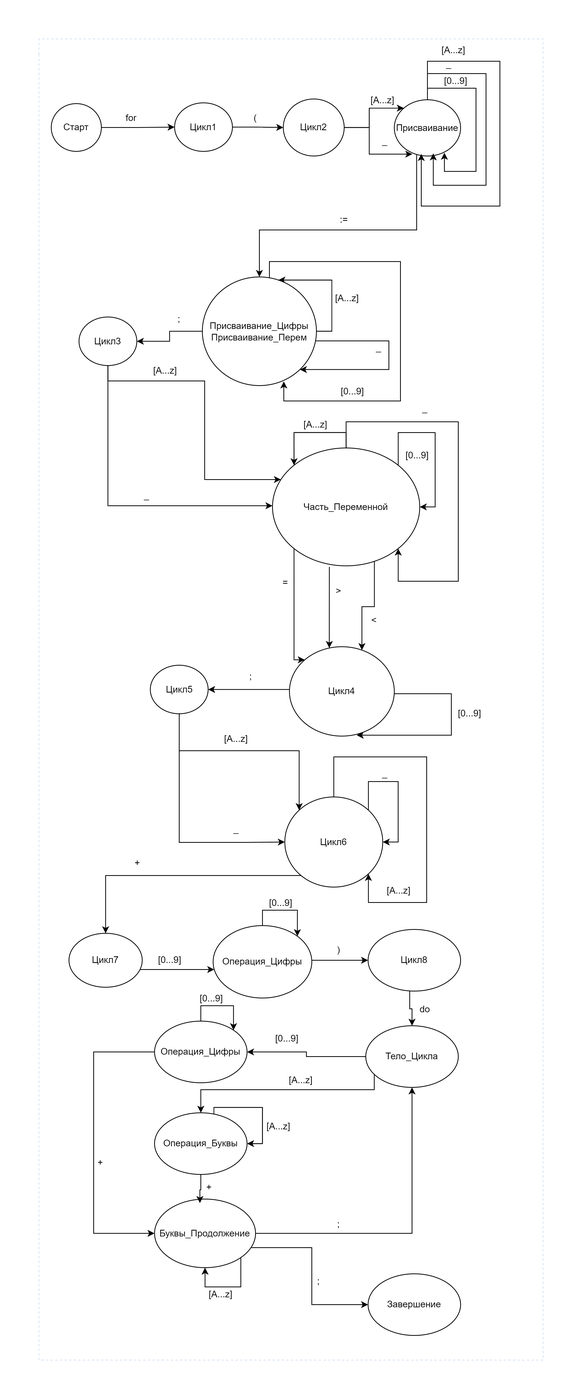
Earlier version of the draw.io export Граф.png (Darber32/Calculator). Source tidied: cells renumbered, new cells last; positions are measured from the earlier drawing's top-left corner, leaving out a move shared by most shapes.
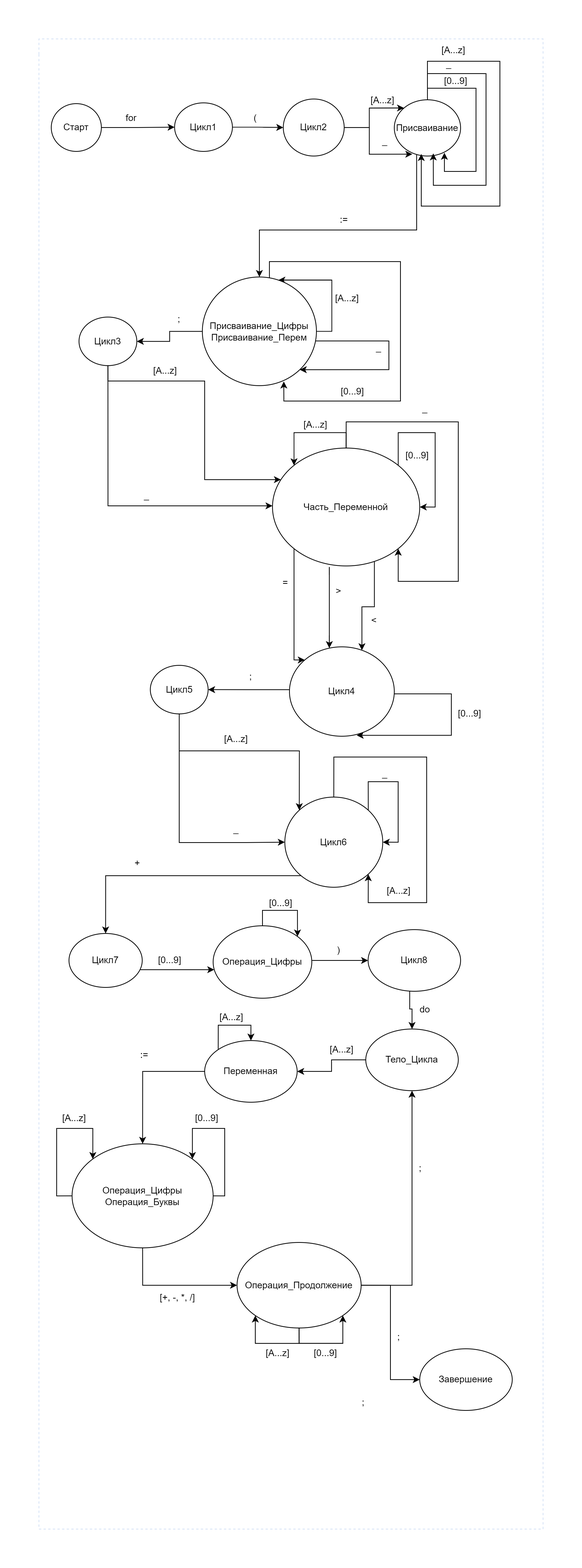
After the commit.

The edit, as a diff of the source:
```diff
@@ -3,7 +3,7 @@
     <mxCell id="0" />
     <mxCell id="1" parent="0" />
     <mxCell id="2" style="swimlane;html=1;startSize=20;horizontal=1;containerType=tree;labelBackgroundColor=none;strokeColor=#D4E1F5;strokeWidth=1;fillColor=none;fontFamily=Comic Sans MS;fontSize=9;swimlaneLine=0;dashed=1;" parent="1" vertex="1">
-      <mxGeometry width="654" height="1715" as="geometry" />
+      <mxGeometry width="654" height="1934" as="geometry" />
     </mxCell>
     <mxCell id="3" style="edgeStyle=orthogonalEdgeStyle;rounded=0;jettySize=auto;html=1;" parent="2" edge="1" source="4" target="6">
       <mxGeometry relative="1" as="geometry" />
@@ -355,108 +355,103 @@
     <mxCell id="76" value=")" style="text;html=1;align=center;verticalAlign=middle;whiteSpace=wrap;rounded=0;" parent="2" vertex="1">
       <mxGeometry x="359" y="1168" width="60" height="30" as="geometry" />
     </mxCell>
-    <mxCell id="77" style="edgeStyle=orthogonalEdgeStyle;rounded=0;jettySize=auto;html=1;entryX=1;entryY=0.5;entryDx=0;entryDy=0;" parent="2" edge="1" source="79" target="83">
-      <mxGeometry relative="1" as="geometry" />
-    </mxCell>
-    <mxCell id="78" style="edgeStyle=orthogonalEdgeStyle;rounded=0;jettySize=auto;html=1;" parent="2" edge="1" source="79" target="81">
-      <mxGeometry relative="1" as="geometry">
-        <Array as="points">
-          <mxPoint x="435" y="1364" />
-          <mxPoint x="210" y="1364" />
-        </Array>
-      </mxGeometry>
-    </mxCell>
+    <mxCell id="101" style="edgeStyle=orthogonalEdgeStyle;rounded=0;jettySize=auto;html=1;exitX=0;exitY=0.5;exitDx=0;exitDy=0;entryX=1;entryY=0.5;entryDx=0;entryDy=0;" parent="2" edge="1" source="79" target="104">
+      <mxGeometry relative="1" as="geometry" />
+    </mxCell>
     <mxCell id="79" value="Тело_Цикла" style="ellipse;whiteSpace=wrap;html=1;" parent="2" vertex="1">
-      <mxGeometry x="424" y="1281" width="120" height="80" as="geometry" />
+      <mxGeometry x="424" y="1285" width="120" height="80" as="geometry" />
     </mxCell>
     <mxCell id="80" value="do" style="text;html=1;align=center;verticalAlign=middle;whiteSpace=wrap;rounded=0;" parent="2" vertex="1">
       <mxGeometry x="471" y="1245" width="60" height="30" as="geometry" />
     </mxCell>
-    <mxCell id="81" value="Операция_Буквы" style="ellipse;whiteSpace=wrap;html=1;" parent="2" vertex="1">
-      <mxGeometry x="150" y="1394" width="120" height="80" as="geometry" />
-    </mxCell>
-    <mxCell id="82" style="edgeStyle=orthogonalEdgeStyle;rounded=0;jettySize=auto;html=1;entryX=0;entryY=0.5;entryDx=0;entryDy=0;exitX=0;exitY=0.5;exitDx=0;exitDy=0;" parent="2" edge="1" source="83" target="89">
-      <mxGeometry relative="1" as="geometry">
-        <Array as="points">
-          <mxPoint x="71" y="1315" />
-          <mxPoint x="71" y="1551" />
-        </Array>
-      </mxGeometry>
-    </mxCell>
-    <mxCell id="83" value="Операция_Цифры" style="ellipse;whiteSpace=wrap;html=1;" parent="2" vertex="1">
-      <mxGeometry x="150" y="1275" width="120" height="80" as="geometry" />
-    </mxCell>
-    <mxCell id="84" style="edgeStyle=orthogonalEdgeStyle;rounded=0;orthogonalLoop=1;jettySize=auto;html=1;entryX=1;entryY=0;entryDx=0;entryDy=0;" parent="2" edge="1" source="83" target="83">
-      <mxGeometry relative="1" as="geometry">
-        <Array as="points">
-          <mxPoint x="210" y="1255" />
-          <mxPoint x="252" y="1255" />
-        </Array>
-      </mxGeometry>
-    </mxCell>
-    <mxCell id="85" value="[0...9]" style="text;html=1;align=center;verticalAlign=middle;whiteSpace=wrap;rounded=0;" parent="2" vertex="1">
-      <mxGeometry x="292" y="1283" width="60" height="30" as="geometry" />
-    </mxCell>
-    <mxCell id="86" value="[0...9]" style="text;html=1;align=center;verticalAlign=middle;whiteSpace=wrap;rounded=0;" parent="2" vertex="1">
-      <mxGeometry x="194" y="1231" width="60" height="30" as="geometry" />
-    </mxCell>
-    <mxCell id="87" style="edgeStyle=orthogonalEdgeStyle;rounded=0;jettySize=auto;html=1;entryX=0;entryY=0.5;entryDx=0;entryDy=0;" parent="2" edge="1" source="89" target="98">
-      <mxGeometry relative="1" as="geometry">
-        <Array as="points">
-          <mxPoint x="354" y="1569" />
-          <mxPoint x="354" y="1643" />
-        </Array>
-      </mxGeometry>
-    </mxCell>
-    <mxCell id="88" style="edgeStyle=orthogonalEdgeStyle;rounded=0;jettySize=auto;html=1;" parent="2" edge="1" source="89" target="79">
-      <mxGeometry relative="1" as="geometry" />
-    </mxCell>
-    <mxCell id="89" value="Буквы_Продолжение" style="ellipse;whiteSpace=wrap;html=1;" parent="2" vertex="1">
-      <mxGeometry x="150" y="1506" width="131" height="89" as="geometry" />
-    </mxCell>
-    <mxCell id="90" style="edgeStyle=orthogonalEdgeStyle;rounded=0;jettySize=auto;html=1;entryX=0.449;entryY=0.058;entryDx=0;entryDy=0;entryPerimeter=0;" parent="2" edge="1" source="81" target="89">
-      <mxGeometry relative="1" as="geometry" />
-    </mxCell>
-    <mxCell id="91" style="edgeStyle=orthogonalEdgeStyle;rounded=0;orthogonalLoop=1;jettySize=auto;html=1;entryX=1;entryY=0.5;entryDx=0;entryDy=0;" parent="2" edge="1" source="81" target="81">
-      <mxGeometry relative="1" as="geometry">
-        <Array as="points">
-          <mxPoint x="227" y="1387" />
-          <mxPoint x="290" y="1387" />
-          <mxPoint x="290" y="1434" />
-        </Array>
-      </mxGeometry>
-    </mxCell>
-    <mxCell id="92" value="[A...z]" style="text;html=1;align=center;verticalAlign=middle;whiteSpace=wrap;rounded=0;" parent="2" vertex="1">
-      <mxGeometry x="281" y="1397" width="60" height="30" as="geometry" />
-    </mxCell>
-    <mxCell id="93" value="[A...z]" style="text;html=1;align=center;verticalAlign=middle;whiteSpace=wrap;rounded=0;" parent="2" vertex="1">
-      <mxGeometry x="310" y="1337" width="60" height="30" as="geometry" />
-    </mxCell>
-    <mxCell id="94" value="+" style="text;html=1;align=center;verticalAlign=middle;whiteSpace=wrap;rounded=0;" parent="2" vertex="1">
-      <mxGeometry x="191" y="1476" width="60" height="30" as="geometry" />
-    </mxCell>
-    <mxCell id="95" value="+" style="text;html=1;align=center;verticalAlign=middle;whiteSpace=wrap;rounded=0;" parent="2" vertex="1">
-      <mxGeometry x="50" y="1444" width="60" height="30" as="geometry" />
-    </mxCell>
-    <mxCell id="96" value="[A...z]" style="text;html=1;align=center;verticalAlign=middle;whiteSpace=wrap;rounded=0;" parent="2" vertex="1">
-      <mxGeometry x="206" y="1615" width="60" height="30" as="geometry" />
-    </mxCell>
-    <mxCell id="97" style="edgeStyle=orthogonalEdgeStyle;rounded=0;orthogonalLoop=1;jettySize=auto;html=1;entryX=0.5;entryY=1;entryDx=0;entryDy=0;exitX=1;exitY=1;exitDx=0;exitDy=0;" parent="2" edge="1" source="89" target="89">
-      <mxGeometry relative="1" as="geometry">
-        <Array as="points">
-          <mxPoint x="262" y="1620" />
-          <mxPoint x="216" y="1620" />
-        </Array>
-      </mxGeometry>
-    </mxCell>
+    <mxCell id="102" value=";" style="text;html=1;align=center;verticalAlign=middle;whiteSpace=wrap;rounded=0;" parent="2" vertex="1">
+      <mxGeometry x="391" y="1755" width="60" height="30" as="geometry" />
+    </mxCell>
+    <mxCell id="103" style="edgeStyle=orthogonalEdgeStyle;rounded=0;jettySize=auto;html=1;exitX=0;exitY=0.5;exitDx=0;exitDy=0;" parent="2" edge="1" source="104" target="109">
+      <mxGeometry relative="1" as="geometry" />
+    </mxCell>
+    <mxCell id="104" value="Переменная" style="ellipse;whiteSpace=wrap;html=1;" parent="2" vertex="1">
+      <mxGeometry x="215" y="1300" width="120" height="80" as="geometry" />
+    </mxCell>
+    <mxCell id="105" value="[A...z]" style="text;html=1;align=center;verticalAlign=middle;whiteSpace=wrap;rounded=0;" parent="2" vertex="1">
+      <mxGeometry x="363" y="1297" width="60" height="30" as="geometry" />
+    </mxCell>
+    <mxCell id="106" style="edgeStyle=orthogonalEdgeStyle;rounded=0;orthogonalLoop=1;jettySize=auto;html=1;exitX=0;exitY=0;exitDx=0;exitDy=0;entryX=0.5;entryY=0;entryDx=0;entryDy=0;" parent="2" edge="1" source="104" target="104">
+      <mxGeometry relative="1" as="geometry">
+        <Array as="points">
+          <mxPoint x="233" y="1280" />
+          <mxPoint x="275" y="1280" />
+        </Array>
+      </mxGeometry>
+    </mxCell>
+    <mxCell id="107" value="[A...z]" style="text;html=1;align=center;verticalAlign=middle;whiteSpace=wrap;rounded=0;" parent="2" vertex="1">
+      <mxGeometry x="219.5" y="1255" width="60" height="30" as="geometry" />
+    </mxCell>
+    <mxCell id="108" style="edgeStyle=orthogonalEdgeStyle;rounded=0;jettySize=auto;html=1;exitX=0.5;exitY=1;exitDx=0;exitDy=0;" parent="2" edge="1" source="109" target="117">
+      <mxGeometry relative="1" as="geometry" />
+    </mxCell>
+    <mxCell id="109" value="Операция_Цифры&lt;div&gt;Операция_Буквы&lt;/div&gt;" style="ellipse;whiteSpace=wrap;html=1;" parent="2" vertex="1">
+      <mxGeometry x="43" y="1434" width="183" height="135" as="geometry" />
+    </mxCell>
+    <mxCell id="110" value=":=" style="text;html=1;align=center;verticalAlign=middle;whiteSpace=wrap;rounded=0;" parent="2" vertex="1">
+      <mxGeometry x="107" y="1304" width="60" height="30" as="geometry" />
+    </mxCell>
+    <mxCell id="111" style="edgeStyle=orthogonalEdgeStyle;rounded=0;orthogonalLoop=1;jettySize=auto;html=1;exitX=0;exitY=0.5;exitDx=0;exitDy=0;entryX=0;entryY=0;entryDx=0;entryDy=0;" parent="2" edge="1" source="109" target="109">
+      <mxGeometry relative="1" as="geometry">
+        <Array as="points">
+          <mxPoint x="23" y="1502" />
+          <mxPoint x="23" y="1414" />
+          <mxPoint x="70" y="1414" />
+        </Array>
+      </mxGeometry>
+    </mxCell>
+    <mxCell id="112" style="edgeStyle=orthogonalEdgeStyle;rounded=0;orthogonalLoop=1;jettySize=auto;html=1;exitX=1;exitY=0.5;exitDx=0;exitDy=0;entryX=1;entryY=0;entryDx=0;entryDy=0;" parent="2" edge="1" source="109" target="109">
+      <mxGeometry relative="1" as="geometry">
+        <Array as="points">
+          <mxPoint x="241" y="1502" />
+          <mxPoint x="241" y="1414" />
+          <mxPoint x="199" y="1414" />
+        </Array>
+      </mxGeometry>
+    </mxCell>
+    <mxCell id="113" value="[A...z]" style="text;html=1;align=center;verticalAlign=middle;whiteSpace=wrap;rounded=0;" parent="2" vertex="1">
+      <mxGeometry x="16" y="1386" width="60" height="30" as="geometry" />
+    </mxCell>
+    <mxCell id="114" value="[0...9]" style="text;html=1;align=center;verticalAlign=middle;whiteSpace=wrap;rounded=0;" parent="2" vertex="1">
+      <mxGeometry x="188" y="1386" width="60" height="30" as="geometry" />
+    </mxCell>
+    <mxCell id="115" style="edgeStyle=orthogonalEdgeStyle;rounded=0;jettySize=auto;html=1;entryX=0.5;entryY=1;entryDx=0;entryDy=0;" parent="2" edge="1" source="117" target="79">
+      <mxGeometry relative="1" as="geometry" />
+    </mxCell>
+    <mxCell id="116" style="edgeStyle=orthogonalEdgeStyle;rounded=0;jettySize=auto;html=1;exitX=1;exitY=0.5;exitDx=0;exitDy=0;entryX=0;entryY=0.5;entryDx=0;entryDy=0;" parent="2" edge="1" source="117" target="98">
+      <mxGeometry relative="1" as="geometry" />
+    </mxCell>
+    <mxCell id="117" value="Операция_Продолжение" style="ellipse;whiteSpace=wrap;html=1;" parent="2" vertex="1">
+      <mxGeometry x="257" y="1562" width="161" height="111" as="geometry" />
+    </mxCell>
+    <mxCell id="118" value="[+, -, *, /]" style="text;html=1;align=center;verticalAlign=middle;whiteSpace=wrap;rounded=0;" parent="2" vertex="1">
+      <mxGeometry x="150" y="1619" width="60" height="30" as="geometry" />
+    </mxCell>
+    <mxCell id="119" style="edgeStyle=orthogonalEdgeStyle;rounded=0;orthogonalLoop=1;jettySize=auto;html=1;exitX=0.5;exitY=1;exitDx=0;exitDy=0;entryX=0;entryY=1;entryDx=0;entryDy=0;" parent="2" edge="1" source="117" target="117">
+      <mxGeometry relative="1" as="geometry" />
+    </mxCell>
+    <mxCell id="120" value="[A...z]" style="text;html=1;align=center;verticalAlign=middle;whiteSpace=wrap;rounded=0;" parent="2" vertex="1">
+      <mxGeometry x="279.5" y="1691" width="60" height="30" as="geometry" />
+    </mxCell>
+    <mxCell id="121" value=";" style="text;html=1;align=center;verticalAlign=middle;whiteSpace=wrap;rounded=0;" parent="2" vertex="1">
+      <mxGeometry x="464.5" y="1451" width="60" height="30" as="geometry" />
+    </mxCell>
+    <mxCell id="122" style="edgeStyle=orthogonalEdgeStyle;rounded=0;orthogonalLoop=1;jettySize=auto;html=1;exitX=0.5;exitY=1;exitDx=0;exitDy=0;entryX=1;entryY=1;entryDx=0;entryDy=0;" parent="2" edge="1" source="117" target="117">
+      <mxGeometry relative="1" as="geometry" />
+    </mxCell>
+    <mxCell id="123" value="[0...9]" style="text;html=1;align=center;verticalAlign=middle;whiteSpace=wrap;rounded=0;" parent="2" vertex="1">
+      <mxGeometry x="342" y="1691" width="60" height="30" as="geometry" />
+    </mxCell>
     <mxCell id="98" value="Завершение" style="ellipse;whiteSpace=wrap;html=1;" parent="2" vertex="1">
-      <mxGeometry x="427" y="1603" width="120" height="80" as="geometry" />
+      <mxGeometry x="494" y="1700" width="120" height="80" as="geometry" />
     </mxCell>
-    <mxCell id="99" value=";" style="text;html=1;align=center;verticalAlign=middle;whiteSpace=wrap;rounded=0;" parent="2" vertex="1">
-      <mxGeometry x="333" y="1598" width="60" height="30" as="geometry" />
-    </mxCell>
-    <mxCell id="100" value=";" style="text;html=1;align=center;verticalAlign=middle;whiteSpace=wrap;rounded=0;" parent="2" vertex="1">
-      <mxGeometry x="359" y="1524" width="60" height="30" as="geometry" />
-    </mxCell>
+    <mxCell id="124" value=";" style="text;html=1;align=center;verticalAlign=middle;whiteSpace=wrap;rounded=0;" parent="2" vertex="1">
+      <mxGeometry x="437" y="1670" width="60" height="30" as="geometry" />
+    </mxCell>
   </root>
 </mxGraphModel>
```
